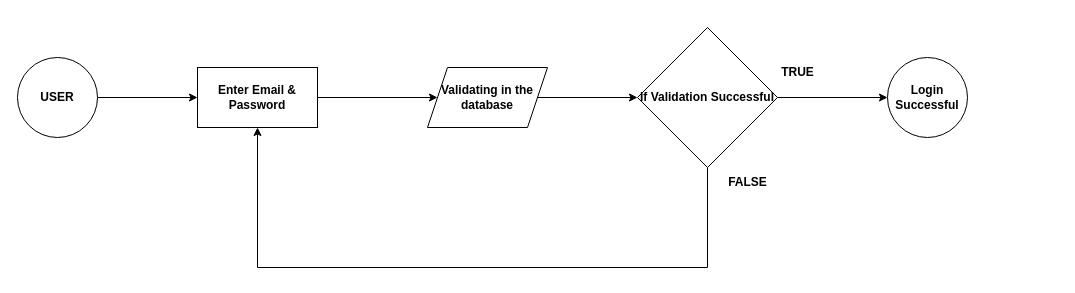
Nick12Thomas/Backend keeps this draw.io diagram as Login2.drawio. Above is the earlier version. Source tidied: cells renumbered, new cells numbered last; positions are measured from the earlier drawing's top-left corner, leaving out a move shared by most shapes. Both pictures are drawn from the tidied source at 100%, with x=0, y=0 at pixel (17, 27).
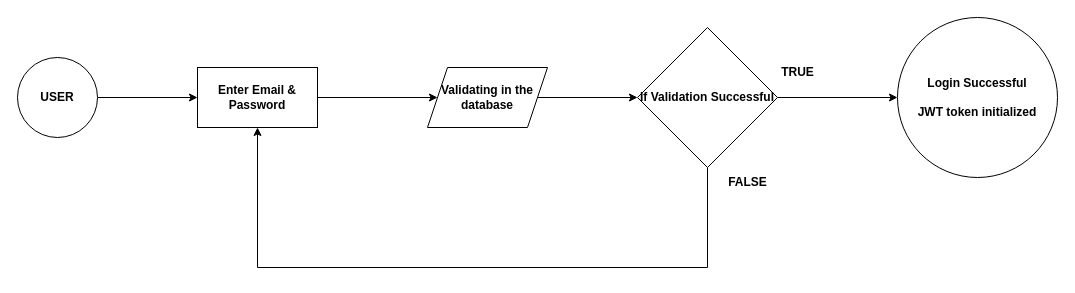
Above is the later version.

The edit, as a diff of the source:
```diff
@@
 <mxGraphModel>
   <root>
     <mxCell id="0" />
     <mxCell id="1" parent="0" />
     <mxCell id="2" style="edgeStyle=orthogonalEdgeStyle;rounded=0;jettySize=auto;html=1;" parent="1" edge="1" source="3" target="5">
       <mxGeometry relative="1" as="geometry" />
     </mxCell>
     <mxCell id="3" value="&lt;b&gt;USER&lt;/b&gt;" style="ellipse;whiteSpace=wrap;html=1;" parent="1" vertex="1">
       <mxGeometry y="30" width="80" height="80" as="geometry" />
     </mxCell>
     <mxCell id="4" style="edgeStyle=orthogonalEdgeStyle;rounded=0;jettySize=auto;html=1;" parent="1" edge="1" source="5" target="7">
       <mxGeometry relative="1" as="geometry" />
     </mxCell>
     <mxCell id="5" value="&lt;b&gt;Enter Email &amp;amp; Password&lt;/b&gt;" style="rounded=0;whiteSpace=wrap;html=1;" parent="1" vertex="1">
       <mxGeometry x="180" y="40" width="120" height="60" as="geometry" />
     </mxCell>
     <mxCell id="6" style="edgeStyle=orthogonalEdgeStyle;rounded=0;jettySize=auto;html=1;" parent="1" edge="1" source="7" target="10">
       <mxGeometry relative="1" as="geometry" />
     </mxCell>
     <mxCell id="7" value="&lt;b&gt;Validating in the database&lt;/b&gt;" style="shape=parallelogram;perimeter=parallelogramPerimeter;whiteSpace=wrap;html=1;fixedSize=1;" parent="1" vertex="1">
       <mxGeometry x="410" y="40" width="120" height="60" as="geometry" />
     </mxCell>
     <mxCell id="8" style="edgeStyle=orthogonalEdgeStyle;rounded=0;jettySize=auto;html=1;" parent="1" edge="1" source="10" target="11">
       <mxGeometry relative="1" as="geometry" />
     </mxCell>
     <mxCell id="9" style="edgeStyle=orthogonalEdgeStyle;rounded=0;jettySize=auto;html=1;entryX=0.5;entryY=1;entryDx=0;entryDy=0;" parent="1" edge="1" source="10" target="5">
       <mxGeometry relative="1" as="geometry">
         <Array as="points">
           <mxPoint x="690" y="240" />
           <mxPoint x="240" y="240" />
         </Array>
       </mxGeometry>
     </mxCell>
     <mxCell id="10" value="&lt;b&gt;If Validation Successful&lt;/b&gt;" style="rhombus;whiteSpace=wrap;html=1;" parent="1" vertex="1">
       <mxGeometry x="620" width="140" height="140" as="geometry" />
     </mxCell>
-    <mxCell id="11" value="&lt;b&gt;Login Successful&lt;/b&gt;" style="ellipse;whiteSpace=wrap;html=1;" parent="1" vertex="1">
-      <mxGeometry x="870" y="30" width="80" height="80" as="geometry" />
+    <mxCell id="11" value="&lt;b&gt;Login Successful&lt;br&gt;&lt;br&gt;JWT token initialized&lt;br&gt;&lt;/b&gt;" style="ellipse;whiteSpace=wrap;html=1;" parent="1" vertex="1">
+      <mxGeometry x="880" y="-10" width="160" height="160" as="geometry" />
     </mxCell>
     <mxCell id="12" value="&lt;b&gt;TRUE&lt;/b&gt;" style="text;html=1;align=center;verticalAlign=middle;strokeColor=none;fillColor=none;" parent="1" vertex="1">
       <mxGeometry x="750" y="30" width="60" height="30" as="geometry" />
     </mxCell>
     <mxCell id="13" value="&lt;b&gt;FALSE&lt;/b&gt;" style="text;html=1;align=center;verticalAlign=middle;strokeColor=none;fillColor=none;" parent="1" vertex="1">
       <mxGeometry x="700" y="140" width="60" height="30" as="geometry" />
     </mxCell>
   </root>
 </mxGraphModel>
```
